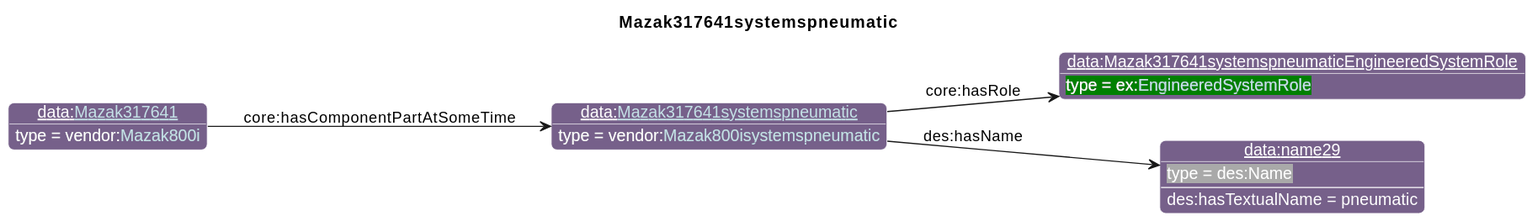
Earlier version of the PlantUML export diagrams/Mazak317641systemspneumatic.svg (iofoundry/example-syseng-mtconnect). Its diagram source:
```plantuml
@startuml
!include ../iof.iuml

<style>
object {
  HyperlinkColor #C4E1E6
}
</style>

left to right direction
skinparam linetype polyline
title Mazak317641systemspneumatic

!$default_direction = down

!$namespace_colors = { "bfo":"DFA702",
                      "iof":"1E90FF",
                      "ns":"Green",
                      "ns1":"76608A",
                      "core":"000000",
                      "ex":"Green",
                      "data":"76608A",
                      "vendor":"76608A",
                      "units":"8A2D3B",
                      "cmns-dsg":"3A0519",
                      "qp":"641B2E"
      }
individual(o0, data:[[./Mazak317641systemspneumatic.html Mazak317641systemspneumatic]], vendor:[[../Mazak.html#Mazak800isystemspneumatic Mazak800isystemspneumatic]])
individual(o1, data:Mazak317641systemspneumaticEngineeredSystemRole, ex:[[../Example.html#EngineeredSystemRole EngineeredSystemRole]])
individual(o2, data:name29, des:Name)
individual(o3, data:[[./Mazak317641.html Mazak317641]], vendor:[[../Mazak.html#Mazak800i Mazak800i]])
property(o0, "core:hasRole", o1)
property(o0, "des:hasName", o2)
data(o2, "des:hasTextualName", "pneumatic")
property(o3, "core:hasComponentPartAtSomeTime", o0)
@enduml
```
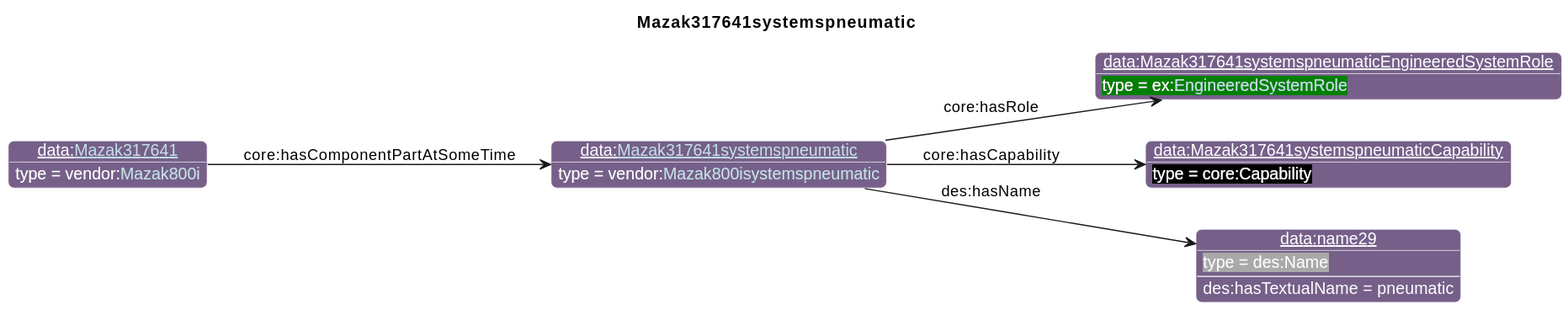
The same file after the commit.

Change to the diagram source:
```diff
@@ -27,10 +27,12 @@
       }
 individual(o0, data:[[./Mazak317641systemspneumatic.html Mazak317641systemspneumatic]], vendor:[[../Mazak.html#Mazak800isystemspneumatic Mazak800isystemspneumatic]])
 individual(o1, data:Mazak317641systemspneumaticEngineeredSystemRole, ex:[[../Example.html#EngineeredSystemRole EngineeredSystemRole]])
-individual(o2, data:name29, des:Name)
-individual(o3, data:[[./Mazak317641.html Mazak317641]], vendor:[[../Mazak.html#Mazak800i Mazak800i]])
+individual(o2, data:Mazak317641systemspneumaticCapability, core:Capability)
+individual(o3, data:name29, des:Name)
+individual(o4, data:[[./Mazak317641.html Mazak317641]], vendor:[[../Mazak.html#Mazak800i Mazak800i]])
 property(o0, "core:hasRole", o1)
-property(o0, "des:hasName", o2)
-data(o2, "des:hasTextualName", "pneumatic")
-property(o3, "core:hasComponentPartAtSomeTime", o0)
+property(o0, "core:hasCapability", o2)
+property(o0, "des:hasName", o3)
+data(o3, "des:hasTextualName", "pneumatic")
+property(o4, "core:hasComponentPartAtSomeTime", o0)
 @enduml
```
